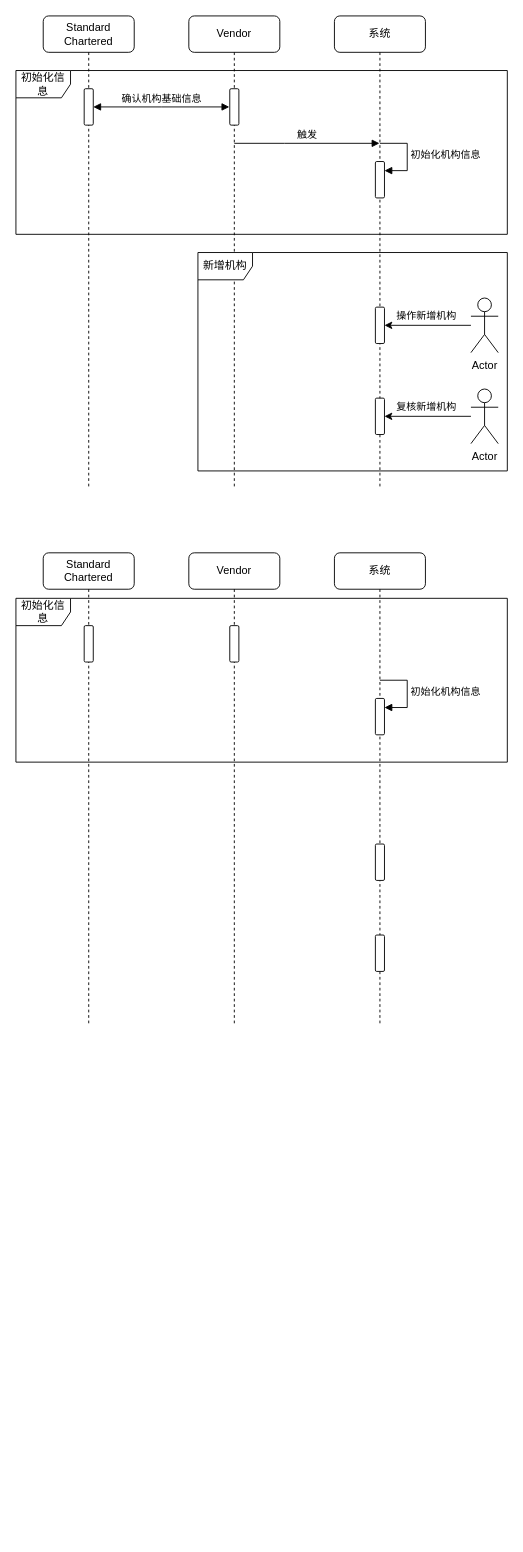
The draw.io diagram LLSI/未命名绘图.drawio in 0573xieguojia/To-program, before the edit. Source tidied: cells renumbered, new cells numbered last; positions are measured from the earlier drawing's top-left corner, leaving out a move shared by most shapes. Both pictures are drawn from the tidied source at 91%, with x=0, y=0 at pixel (15, 15).
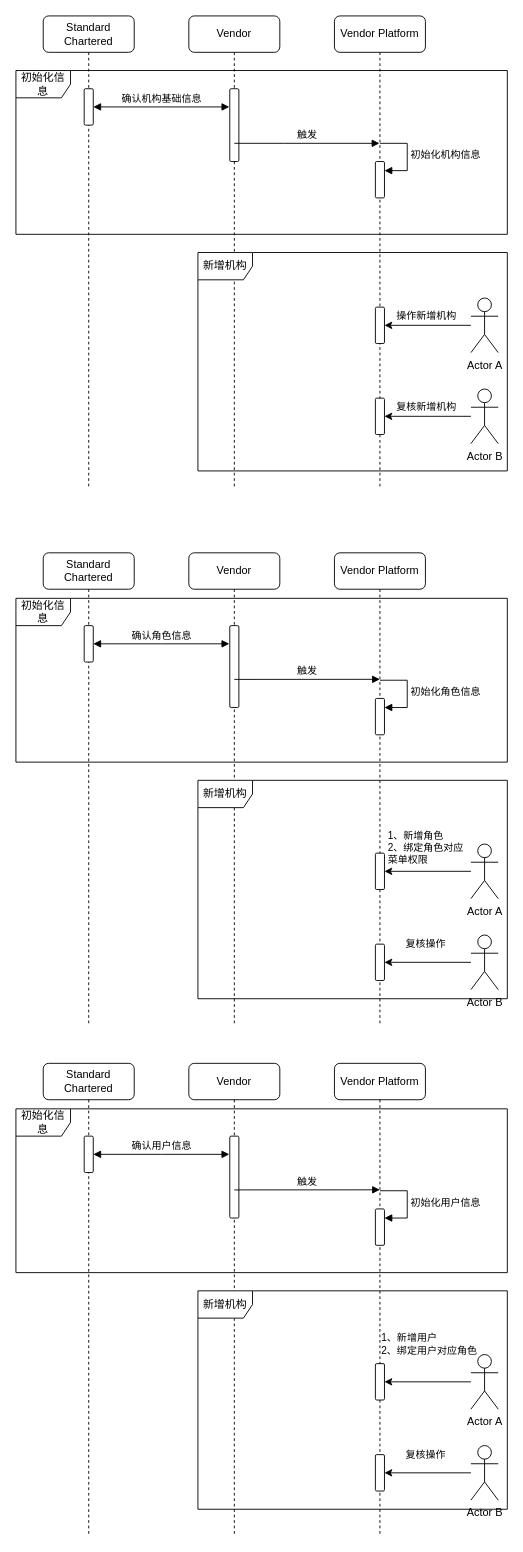
The same diagram, later.

Commit message:
更新未命名绘图.drawio

The change refers to these unchanged cells:
```xml
<mxCell id="4" value="Vendor" style="shape=umlLifeline;perimeter=lifelinePerimeter;whiteSpace=wrap;html=1;newEdgeStyle={&quot;edgeStyle&quot;:&quot;elbowEdgeStyle&quot;,&quot;elbow&quot;:&quot;vertical&quot;,&quot;curved&quot;:0,&quot;rounded&quot;:0};rounded=1;" parent="1" vertex="1">
  <mxGeometry x="190" width="100" height="520" as="geometry" />
</mxCell>
<mxCell id="21" value="Vendor" style="shape=umlLifeline;perimeter=lifelinePerimeter;whiteSpace=wrap;html=1;newEdgeStyle={&quot;edgeStyle&quot;:&quot;elbowEdgeStyle&quot;,&quot;elbow&quot;:&quot;vertical&quot;,&quot;curved&quot;:0,&quot;rounded&quot;:0};rounded=1;" parent="1" vertex="1">
  <mxGeometry x="190" y="590" width="100" height="520" as="geometry" />
</mxCell>
<mxCell id="24" style="html=1;points=[];perimeter=orthogonalPerimeter;outlineConnect=0;targetShapes=umlLifeline;portConstraint=eastwest;newEdgeStyle={&quot;edgeStyle&quot;:&quot;elbowEdgeStyle&quot;,&quot;elbow&quot;:&quot;vertical&quot;,&quot;curved&quot;:0,&quot;rounded&quot;:0};rounded=1;" parent="23" vertex="1">
  <mxGeometry x="45" y="160" width="10" height="40" as="geometry" />
</mxCell>
```

Diff of the diagram source:
```diff
@@
     <mxCell id="5" style="html=1;perimeter=orthogonalPerimeter;targetShapes=umlLifeline;newEdgeStyle={&quot;edgeStyle&quot;:&quot;elbowEdgeStyle&quot;,&quot;elbow&quot;:&quot;vertical&quot;,&quot;curved&quot;:0,&quot;rounded&quot;:0};rounded=1;" parent="4" vertex="1">
-      <mxGeometry x="45" y="80" width="10" height="40" as="geometry" />
+      <mxGeometry x="45" y="80" width="10" height="80" as="geometry" />
     </mxCell>
@@
-    <mxCell id="9" value="系统" style="shape=umlLifeline;perimeter=lifelinePerimeter;whiteSpace=wrap;html=1;outlineConnect=0;portConstraint=eastwest;newEdgeStyle={&quot;edgeStyle&quot;:&quot;elbowEdgeStyle&quot;,&quot;elbow&quot;:&quot;vertical&quot;,&quot;curved&quot;:0,&quot;rounded&quot;:0};rounded=1;" parent="1" vertex="1">
+    <mxCell id="9" value="Vendor Platform" style="shape=umlLifeline;perimeter=lifelinePerimeter;whiteSpace=wrap;html=1;outlineConnect=0;portConstraint=eastwest;newEdgeStyle={&quot;edgeStyle&quot;:&quot;elbowEdgeStyle&quot;,&quot;elbow&quot;:&quot;vertical&quot;,&quot;curved&quot;:0,&quot;rounded&quot;:0};rounded=1;" parent="1" vertex="1">
       <mxGeometry x="350" width="100" height="520" as="geometry" />
     </mxCell>
@@
-    <mxCell id="15" value="Actor" style="shape=umlActor;verticalLabelPosition=bottom;verticalAlign=top;html=1;rounded=1;" parent="1" vertex="1">
+    <mxCell id="15" value="Actor A" style="shape=umlActor;verticalLabelPosition=bottom;verticalAlign=top;html=1;rounded=1;" parent="1" vertex="1">
       <mxGeometry x="500" y="310" width="30" height="60" as="geometry" />
     </mxCell>
@@
-    <mxCell id="17" value="Actor" style="shape=umlActor;verticalLabelPosition=bottom;verticalAlign=top;html=1;rounded=1;" parent="1" vertex="1">
+    <mxCell id="17" value="Actor B" style="shape=umlActor;verticalLabelPosition=bottom;verticalAlign=top;html=1;rounded=1;" parent="1" vertex="1">
       <mxGeometry x="500" y="410" width="30" height="60" as="geometry" />
     </mxCell>
@@
     <mxCell id="22" style="html=1;perimeter=orthogonalPerimeter;targetShapes=umlLifeline;newEdgeStyle={&quot;edgeStyle&quot;:&quot;elbowEdgeStyle&quot;,&quot;elbow&quot;:&quot;vertical&quot;,&quot;curved&quot;:0,&quot;rounded&quot;:0};rounded=1;" parent="21" vertex="1">
-      <mxGeometry x="45" y="80" width="10" height="40" as="geometry" />
+      <mxGeometry x="45" y="80" width="10" height="90" as="geometry" />
     </mxCell>
-    <mxCell id="23" value="系统" style="shape=umlLifeline;perimeter=lifelinePerimeter;whiteSpace=wrap;html=1;newEdgeStyle={&quot;edgeStyle&quot;:&quot;elbowEdgeStyle&quot;,&quot;elbow&quot;:&quot;vertical&quot;,&quot;curved&quot;:0,&quot;rounded&quot;:0};rounded=1;" parent="1" vertex="1">
+    <mxCell id="23" value="Vendor Platform" style="shape=umlLifeline;perimeter=lifelinePerimeter;whiteSpace=wrap;html=1;newEdgeStyle={&quot;edgeStyle&quot;:&quot;elbowEdgeStyle&quot;,&quot;elbow&quot;:&quot;vertical&quot;,&quot;curved&quot;:0,&quot;rounded&quot;:0};rounded=1;" parent="1" vertex="1">
       <mxGeometry x="350" y="590" width="100" height="520" as="geometry" />
     </mxCell>
@@
-    <mxCell id="25" value="初始化机构信息" style="html=1;align=left;spacingLeft=2;endArrow=block;rounded=0;edgeStyle=orthogonalEdgeStyle;curved=0;rounded=0;" parent="23" edge="1" target="24">
+    <mxCell id="25" value="初始化角色信息" style="html=1;align=left;spacingLeft=2;endArrow=block;rounded=0;edgeStyle=orthogonalEdgeStyle;curved=0;rounded=0;" parent="23" edge="1" target="24">
       <mxGeometry relative="1" as="geometry">
         <mxPoint x="50" y="140" as="sourcePoint" />
         <Array as="points">
           <mxPoint x="80" y="170" />
         </Array>
       </mxGeometry>
     </mxCell>
-    <mxCell id="26" style="html=1;perimeter=orthogonalPerimeter;targetShapes=umlLifeline;newEdgeStyle={&quot;edgeStyle&quot;:&quot;elbowEdgeStyle&quot;,&quot;elbow&quot;:&quot;vertical&quot;,&quot;curved&quot;:0,&quot;rounded&quot;:0};rounded=1;" parent="23" vertex="1">
-      <mxGeometry x="45" y="320" width="10" height="40" as="geometry" />
-    </mxCell>
-    <mxCell id="27" style="html=1;perimeter=orthogonalPerimeter;targetShapes=umlLifeline;newEdgeStyle={&quot;edgeStyle&quot;:&quot;elbowEdgeStyle&quot;,&quot;elbow&quot;:&quot;vertical&quot;,&quot;curved&quot;:0,&quot;rounded&quot;:0};rounded=1;" parent="23" vertex="1">
-      <mxGeometry x="45" y="420" width="10" height="40" as="geometry" />
-    </mxCell>
@@
+    <mxCell id="29" value="确认角色信息" style="html=1;verticalAlign=bottom;endArrow=block;edgeStyle=elbowEdgeStyle;elbow=vertical;curved=0;rounded=0;startArrow=block;startFill=1;" parent="1" edge="1">
+      <mxGeometry relative="1" as="geometry">
+        <mxPoint x="85" y="690" as="sourcePoint" />
+        <mxPoint x="234.5" y="690" as="targetPoint" />
+      </mxGeometry>
+    </mxCell>
+    <mxCell id="30" value="触发" style="html=1;verticalAlign=bottom;endArrow=block;edgeStyle=elbowEdgeStyle;elbow=vertical;curved=0;rounded=0;" parent="1" edge="1">
+      <mxGeometry relative="1" as="geometry">
+        <mxPoint x="240" y="729.1" as="sourcePoint" />
+        <mxPoint x="400" y="729.1" as="targetPoint" />
+      </mxGeometry>
+    </mxCell>
+    <mxCell id="31" value="新增机构" style="shape=umlFrame;whiteSpace=wrap;html=1;rounded=1;" parent="1" vertex="1">
+      <mxGeometry x="200" y="840" width="340" height="240" as="geometry" />
+    </mxCell>
+    <mxCell id="32" style="html=1;points=[];perimeter=orthogonalPerimeter;outlineConnect=0;targetShapes=umlLifeline;portConstraint=eastwest;newEdgeStyle={&quot;edgeStyle&quot;:&quot;elbowEdgeStyle&quot;,&quot;elbow&quot;:&quot;vertical&quot;,&quot;curved&quot;:0,&quot;rounded&quot;:0};rounded=1;" parent="1" vertex="1">
+      <mxGeometry x="395" y="920" width="10" height="40" as="geometry" />
+    </mxCell>
+    <mxCell id="33" style="html=1;points=[];perimeter=orthogonalPerimeter;outlineConnect=0;targetShapes=umlLifeline;portConstraint=eastwest;newEdgeStyle={&quot;edgeStyle&quot;:&quot;elbowEdgeStyle&quot;,&quot;elbow&quot;:&quot;vertical&quot;,&quot;curved&quot;:0,&quot;rounded&quot;:0};rounded=1;" parent="1" vertex="1">
+      <mxGeometry x="395" y="1020" width="10" height="40" as="geometry" />
+    </mxCell>
+    <mxCell id="34" value="Actor A" style="shape=umlActor;verticalLabelPosition=bottom;verticalAlign=top;html=1;rounded=1;" parent="1" vertex="1">
+      <mxGeometry x="500" y="910" width="30" height="60" as="geometry" />
+    </mxCell>
+    <mxCell id="35" value="1、新增角色&lt;br&gt;2、绑定角色对应&lt;br style=&quot;border-color: var(--border-color);&quot;&gt;菜单权限" style="edgeStyle=orthogonalEdgeStyle;rounded=1;jettySize=auto;html=1;align=left;" parent="1" edge="1" source="34" target="32">
+      <mxGeometry x="0.96" y="-26" relative="1" as="geometry" />
+    </mxCell>
+    <mxCell id="36" value="Actor B" style="shape=umlActor;verticalLabelPosition=bottom;verticalAlign=top;html=1;rounded=1;" parent="1" vertex="1">
+      <mxGeometry x="500" y="1010" width="30" height="60" as="geometry" />
+    </mxCell>
+    <mxCell id="37" value="复核操作" style="edgeStyle=orthogonalEdgeStyle;rounded=1;jettySize=auto;html=1;" parent="1" edge="1" source="36" target="33">
+      <mxGeometry x="0.05" y="-20" relative="1" as="geometry" />
+    </mxCell>
+    <mxCell id="38" value="Standard Chartered" style="shape=umlLifeline;perimeter=lifelinePerimeter;whiteSpace=wrap;html=1;newEdgeStyle={&quot;edgeStyle&quot;:&quot;elbowEdgeStyle&quot;,&quot;elbow&quot;:&quot;vertical&quot;,&quot;curved&quot;:0,&quot;rounded&quot;:0};rounded=1;" parent="1" vertex="1">
+      <mxGeometry x="30" y="1151" width="100" height="520" as="geometry" />
+    </mxCell>
+    <mxCell id="39" style="html=1;perimeter=orthogonalPerimeter;targetShapes=umlLifeline;newEdgeStyle={&quot;edgeStyle&quot;:&quot;elbowEdgeStyle&quot;,&quot;elbow&quot;:&quot;vertical&quot;,&quot;curved&quot;:0,&quot;rounded&quot;:0};rounded=1;" parent="38" vertex="1">
+      <mxGeometry x="45" y="80" width="10" height="40" as="geometry" />
+    </mxCell>
+    <mxCell id="40" value="Vendor" style="shape=umlLifeline;perimeter=lifelinePerimeter;whiteSpace=wrap;html=1;newEdgeStyle={&quot;edgeStyle&quot;:&quot;elbowEdgeStyle&quot;,&quot;elbow&quot;:&quot;vertical&quot;,&quot;curved&quot;:0,&quot;rounded&quot;:0};rounded=1;" parent="1" vertex="1">
+      <mxGeometry x="190" y="1151" width="100" height="520" as="geometry" />
+    </mxCell>
+    <mxCell id="41" style="html=1;perimeter=orthogonalPerimeter;targetShapes=umlLifeline;newEdgeStyle={&quot;edgeStyle&quot;:&quot;elbowEdgeStyle&quot;,&quot;elbow&quot;:&quot;vertical&quot;,&quot;curved&quot;:0,&quot;rounded&quot;:0};rounded=1;" parent="40" vertex="1">
+      <mxGeometry x="45" y="80" width="10" height="90" as="geometry" />
+    </mxCell>
+    <mxCell id="42" value="Vendor Platform" style="shape=umlLifeline;perimeter=lifelinePerimeter;whiteSpace=wrap;html=1;newEdgeStyle={&quot;edgeStyle&quot;:&quot;elbowEdgeStyle&quot;,&quot;elbow&quot;:&quot;vertical&quot;,&quot;curved&quot;:0,&quot;rounded&quot;:0};rounded=1;" parent="1" vertex="1">
+      <mxGeometry x="350" y="1151" width="100" height="520" as="geometry" />
+    </mxCell>
+    <mxCell id="43" style="html=1;points=[];perimeter=orthogonalPerimeter;outlineConnect=0;targetShapes=umlLifeline;portConstraint=eastwest;newEdgeStyle={&quot;edgeStyle&quot;:&quot;elbowEdgeStyle&quot;,&quot;elbow&quot;:&quot;vertical&quot;,&quot;curved&quot;:0,&quot;rounded&quot;:0};rounded=1;" parent="42" vertex="1">
+      <mxGeometry x="45" y="160" width="10" height="40" as="geometry" />
+    </mxCell>
+    <mxCell id="44" value="初始化用户信息" style="html=1;align=left;spacingLeft=2;endArrow=block;rounded=0;edgeStyle=orthogonalEdgeStyle;curved=0;rounded=0;" parent="42" edge="1" target="43">
+      <mxGeometry relative="1" as="geometry">
+        <mxPoint x="50" y="140" as="sourcePoint" />
+        <Array as="points">
+          <mxPoint x="80" y="170" />
+        </Array>
+      </mxGeometry>
+    </mxCell>
+    <mxCell id="45" value="初始化信息" style="shape=umlFrame;whiteSpace=wrap;html=1;rounded=1;" parent="1" vertex="1">
+      <mxGeometry y="1201" width="540" height="180" as="geometry" />
+    </mxCell>
+    <mxCell id="46" value="确认用户信息" style="html=1;verticalAlign=bottom;endArrow=block;edgeStyle=elbowEdgeStyle;elbow=vertical;curved=0;rounded=0;startArrow=block;startFill=1;" parent="1" edge="1">
+      <mxGeometry relative="1" as="geometry">
+        <mxPoint x="85" y="1251" as="sourcePoint" />
+        <mxPoint x="234.5" y="1251" as="targetPoint" />
+      </mxGeometry>
+    </mxCell>
+    <mxCell id="47" value="触发" style="html=1;verticalAlign=bottom;endArrow=block;edgeStyle=elbowEdgeStyle;elbow=vertical;curved=0;rounded=0;" parent="1" edge="1">
+      <mxGeometry relative="1" as="geometry">
+        <mxPoint x="240" y="1290.1" as="sourcePoint" />
+        <mxPoint x="400" y="1290.1" as="targetPoint" />
+      </mxGeometry>
+    </mxCell>
+    <mxCell id="48" value="新增机构" style="shape=umlFrame;whiteSpace=wrap;html=1;rounded=1;" parent="1" vertex="1">
+      <mxGeometry x="200" y="1401" width="340" height="240" as="geometry" />
+    </mxCell>
+    <mxCell id="49" style="html=1;points=[];perimeter=orthogonalPerimeter;outlineConnect=0;targetShapes=umlLifeline;portConstraint=eastwest;newEdgeStyle={&quot;edgeStyle&quot;:&quot;elbowEdgeStyle&quot;,&quot;elbow&quot;:&quot;vertical&quot;,&quot;curved&quot;:0,&quot;rounded&quot;:0};rounded=1;" parent="1" vertex="1">
+      <mxGeometry x="395" y="1481" width="10" height="40" as="geometry" />
+    </mxCell>
+    <mxCell id="50" style="html=1;points=[];perimeter=orthogonalPerimeter;outlineConnect=0;targetShapes=umlLifeline;portConstraint=eastwest;newEdgeStyle={&quot;edgeStyle&quot;:&quot;elbowEdgeStyle&quot;,&quot;elbow&quot;:&quot;vertical&quot;,&quot;curved&quot;:0,&quot;rounded&quot;:0};rounded=1;" parent="1" vertex="1">
+      <mxGeometry x="395" y="1581" width="10" height="40" as="geometry" />
+    </mxCell>
+    <mxCell id="51" value="Actor A" style="shape=umlActor;verticalLabelPosition=bottom;verticalAlign=top;html=1;rounded=1;" parent="1" vertex="1">
+      <mxGeometry x="500" y="1471" width="30" height="60" as="geometry" />
+    </mxCell>
+    <mxCell id="52" value="1、新增用户&lt;br&gt;2、绑定用户对应角色" style="edgeStyle=orthogonalEdgeStyle;rounded=1;jettySize=auto;html=1;align=left;" parent="1" edge="1" source="51" target="49">
+      <mxGeometry x="1" y="-41" relative="1" as="geometry">
+        <mxPoint x="-5" as="offset" />
+      </mxGeometry>
+    </mxCell>
+    <mxCell id="53" value="Actor B" style="shape=umlActor;verticalLabelPosition=bottom;verticalAlign=top;html=1;rounded=1;" parent="1" vertex="1">
+      <mxGeometry x="500" y="1571" width="30" height="60" as="geometry" />
+    </mxCell>
+    <mxCell id="54" value="复核操作" style="edgeStyle=orthogonalEdgeStyle;rounded=1;jettySize=auto;html=1;" parent="1" edge="1" source="53" target="50">
+      <mxGeometry x="0.05" y="-20" relative="1" as="geometry" />
+    </mxCell>
```
